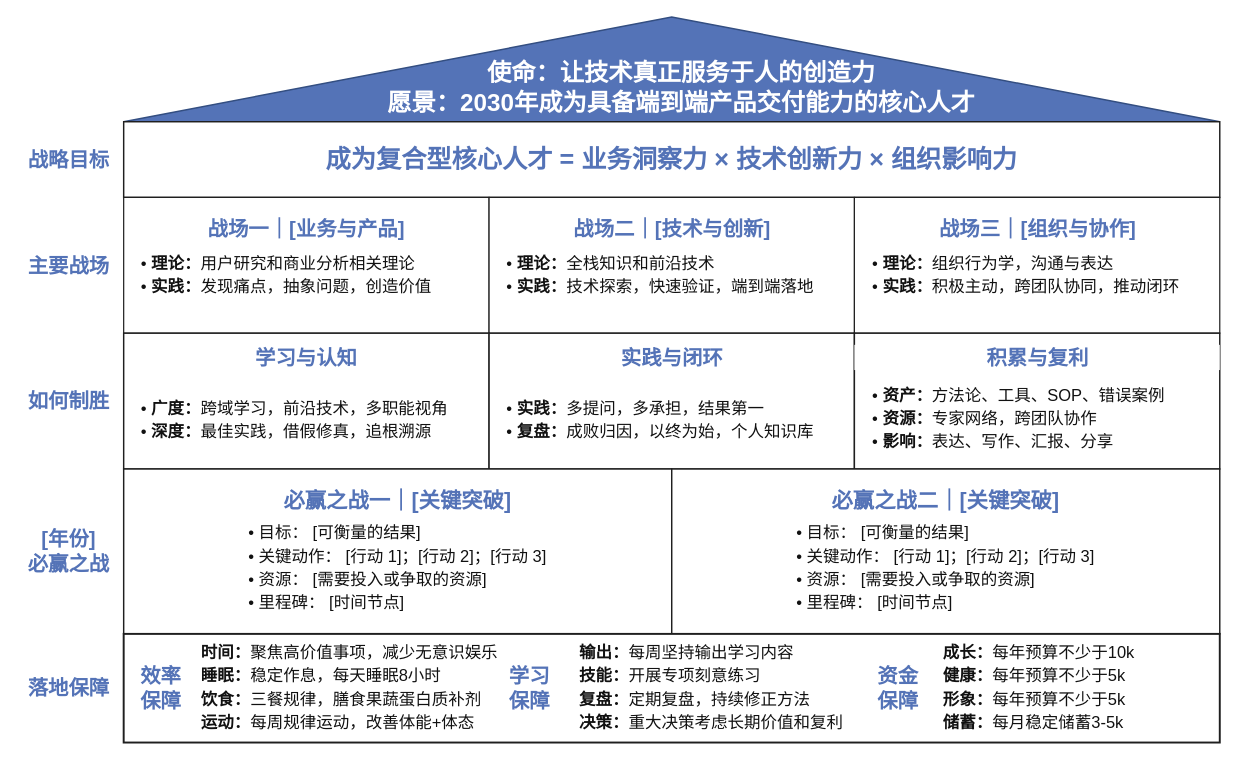
This is 个人战略屋模板.drawio from beauc114514/beauc114514, a draw.io file, before an edit. Source tidied: cells renumbered, new cells numbered last; positions are measured from the earlier drawing's top-left corner, leaving out a move shared by most shapes. Both pictures are drawn from the tidied source at 97%, with x=0, y=0 at pixel (16, 16).
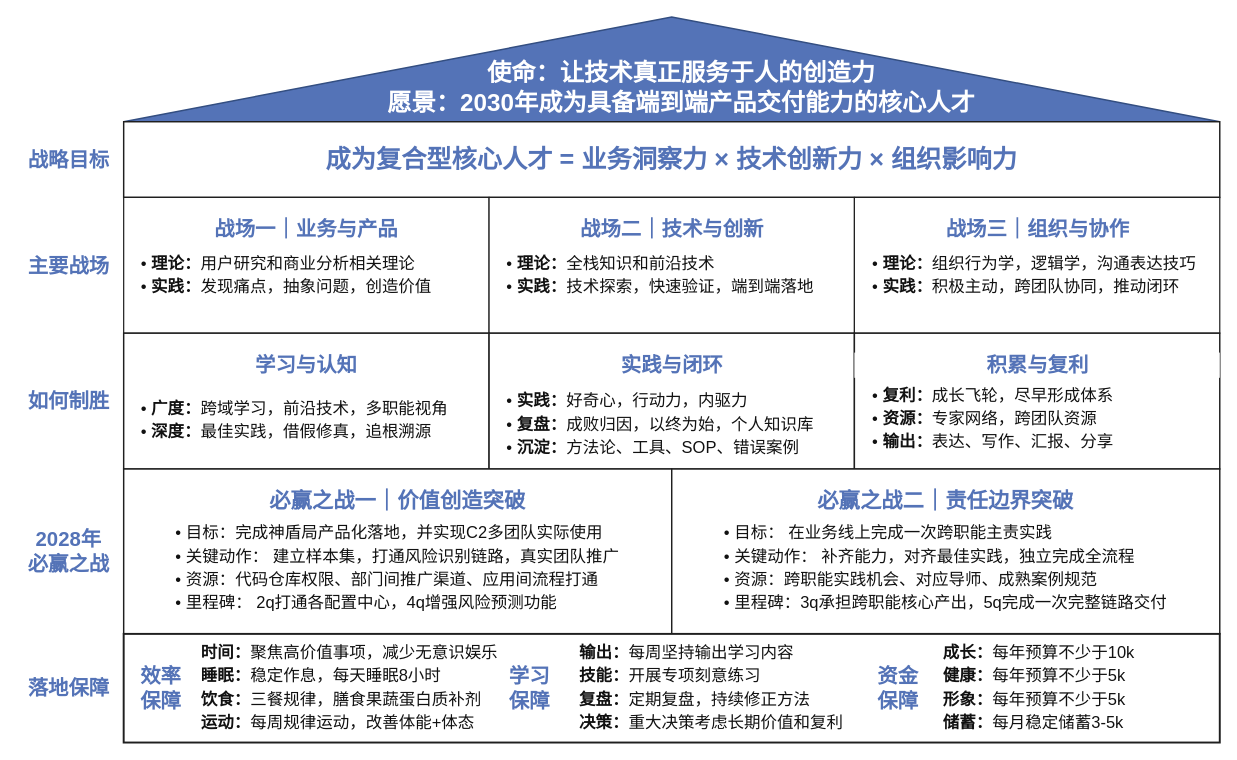
The same page after the edit.

Commit message:
更新个人战略屋模板.drawio

The edit, as a diff of the source:
```diff
@@
-    <mxCell id="9" value="战场一｜[业务与产品]" style="text;html=1;align=center;verticalAlign=middle;spacing=0;strokeColor=none;fillColor=none;fontColor=#5473B7;fontFamily=PingFang SC;fontSize=21;fontStyle=1;" parent="1" vertex="1">
+    <mxCell id="9" value="战场一｜业务与产品" style="text;html=1;align=center;verticalAlign=middle;spacing=0;strokeColor=none;fillColor=none;fontColor=#5473B7;fontFamily=PingFang SC;fontSize=21;fontStyle=1;" parent="1" vertex="1">
       <mxGeometry x="110" y="205" width="376.7" height="26" as="geometry" />
     </mxCell>
-    <mxCell id="10" value="战场二｜[技术与创新]" style="text;html=1;align=center;verticalAlign=middle;spacing=0;strokeColor=none;fillColor=none;fontColor=#5473B7;fontFamily=PingFang SC;fontSize=21;fontStyle=1;" parent="1" vertex="1">
+    <mxCell id="10" value="战场二｜技术与创新" style="text;html=1;align=center;verticalAlign=middle;spacing=0;strokeColor=none;fillColor=none;fontColor=#5473B7;fontFamily=PingFang SC;fontSize=21;fontStyle=1;" parent="1" vertex="1">
       <mxGeometry x="486.7" y="205" width="376.7" height="26" as="geometry" />
     </mxCell>
-    <mxCell id="11" value="战场三｜[组织与协作]" style="text;html=1;align=center;verticalAlign=middle;spacing=0;strokeColor=none;fillColor=none;fontColor=#5473B7;fontFamily=PingFang SC;fontSize=21;fontStyle=1;" parent="1" vertex="1">
+    <mxCell id="11" value="战场三｜组织与协作" style="text;html=1;align=center;verticalAlign=middle;spacing=0;strokeColor=none;fillColor=none;fontColor=#5473B7;fontFamily=PingFang SC;fontSize=21;fontStyle=1;" parent="1" vertex="1">
       <mxGeometry x="863.3" y="205" width="376.7" height="26" as="geometry" />
     </mxCell>
@@
-    <mxCell id="14" value="&lt;div style=&quot;font-size:17px;line-height:24px;&quot;&gt;• &lt;b&gt;理论：&lt;/b&gt;组织行为学，沟通与表达&lt;br&gt;• &lt;b&gt;实践：&lt;/b&gt;积极主动，&lt;span style=&quot;background-color: transparent; color: light-dark(rgb(17, 17, 17), rgb(223, 223, 223));&quot;&gt;跨团队协同，推动闭环&lt;/span&gt;&lt;/div&gt;" style="text;html=1;align=left;verticalAlign=middle;spacing=0;strokeColor=none;fillColor=none;fontColor=#111111;fontFamily=PingFang SC;fontSize=17;" parent="1" vertex="1">
+    <mxCell id="14" value="&lt;div style=&quot;font-size:17px;line-height:24px;&quot;&gt;• &lt;b&gt;理论：&lt;/b&gt;组织行为学，逻辑学，沟通表达技巧&lt;br&gt;• &lt;b&gt;实践：&lt;/b&gt;积极主动，&lt;span style=&quot;background-color: transparent; color: light-dark(rgb(17, 17, 17), rgb(223, 223, 223));&quot;&gt;跨团队协同，推动闭环&lt;/span&gt;&lt;/div&gt;" style="text;html=1;align=left;verticalAlign=middle;spacing=0;strokeColor=none;fillColor=none;fontColor=#111111;fontFamily=PingFang SC;fontSize=17;" parent="1" vertex="1">
       <mxGeometry x="882" y="239" width="340" height="54" as="geometry" />
     </mxCell>
@@
     <mxCell id="19" value="学习与认知" style="text;html=1;align=center;verticalAlign=middle;spacing=0;strokeColor=none;fillColor=none;fontColor=#5473B7;fontFamily=PingFang SC;fontSize=21;fontStyle=1;" parent="1" vertex="1">
-      <mxGeometry x="110" y="338" width="376.7" height="26" as="geometry" />
+      <mxGeometry x="110" y="346" width="376.7" height="26" as="geometry" />
     </mxCell>
     <mxCell id="20" value="实践与闭环" style="text;html=1;align=center;verticalAlign=middle;spacing=0;strokeColor=none;fillColor=none;fontColor=#5473B7;fontFamily=PingFang SC;fontSize=21;fontStyle=1;" parent="1" vertex="1">
-      <mxGeometry x="486.7" y="338" width="376.7" height="26" as="geometry" />
+      <mxGeometry x="486.7" y="346" width="376.7" height="26" as="geometry" />
     </mxCell>
     <mxCell id="21" value="积累与复利" style="text;html=1;align=center;verticalAlign=middle;spacing=0;strokeColor=none;fillColor=#FFFFFF;fontColor=#5473B7;fontFamily=PingFang SC;fontSize=21;fontStyle=1;" parent="1" vertex="1">
-      <mxGeometry x="863.3" y="338" width="376.7" height="26" as="geometry" />
+      <mxGeometry x="863.3" y="346" width="376.7" height="26" as="geometry" />
     </mxCell>
@@
-    <mxCell id="23" value="&lt;div style=&quot;font-size:17px;line-height:24px;&quot;&gt;• &lt;b&gt;实践：&lt;/b&gt;多提问，多承担，结果第一&lt;br&gt;• &lt;b&gt;复盘：&lt;/b&gt;成败归因，以终为始，个人知识库&lt;/div&gt;" style="text;html=1;align=left;verticalAlign=top;spacing=0;strokeColor=none;fillColor=none;fontColor=#111111;fontFamily=PingFang SC;fontSize=17;" parent="1" vertex="1">
-      <mxGeometry x="505" y="388" width="340" height="78" as="geometry" />
+    <mxCell id="23" value="&lt;div style=&quot;font-size:17px;line-height:24px;&quot;&gt;• &lt;b&gt;实践：&lt;/b&gt;好奇心，行动力，内驱力&lt;br&gt;• &lt;b&gt;复盘：&lt;/b&gt;成败归因，以终为始，个人知识库&lt;/div&gt;&lt;div style=&quot;font-size:17px;line-height:24px;&quot;&gt;• &lt;b&gt;沉淀：&lt;/b&gt;&lt;span style=&quot;background-color: transparent; color: light-dark(rgb(17, 17, 17), rgb(223, 223, 223));&quot;&gt;方法论、工具、SOP、错误案例&lt;/span&gt;&lt;/div&gt;" style="text;html=1;align=left;verticalAlign=top;spacing=0;strokeColor=none;fillColor=none;fontColor=#111111;fontFamily=PingFang SC;fontSize=17;" parent="1" vertex="1">
+      <mxGeometry x="505" y="380" width="340" height="78" as="geometry" />
     </mxCell>
-    <mxCell id="24" value="&lt;div style=&quot;font-size:17px;line-height:24px;&quot;&gt;• &lt;b&gt;资产：&lt;/b&gt;方法论、工具、SOP、错误案例&lt;br&gt;• &lt;b&gt;资源：&lt;/b&gt;专家网络，跨团队协作&lt;br&gt;• &lt;b&gt;影响：&lt;/b&gt;表达、写作、汇报、分享&lt;/div&gt;" style="text;html=1;align=left;verticalAlign=top;spacing=0;strokeColor=none;fillColor=none;fontColor=#111111;fontFamily=PingFang SC;fontSize=17;" parent="1" vertex="1">
+    <mxCell id="24" value="&lt;div style=&quot;font-size:17px;line-height:24px;&quot;&gt;• &lt;b&gt;复利：&lt;/b&gt;成长飞轮，尽早形成体系&lt;br&gt;• &lt;b&gt;资源：&lt;/b&gt;专家网络，跨团队资源&lt;br&gt;• &lt;b&gt;输出：&lt;/b&gt;表达、写作、汇报、分享&lt;/div&gt;" style="text;html=1;align=left;verticalAlign=top;spacing=0;strokeColor=none;fillColor=none;fontColor=#111111;fontFamily=PingFang SC;fontSize=17;" parent="1" vertex="1">
       <mxGeometry x="882" y="374" width="340" height="78" as="geometry" />
     </mxCell>
-    <mxCell id="25" value="[年份]&lt;br&gt;必赢之战" style="text;html=1;align=center;verticalAlign=middle;fontFamily=PingFang SC;fontSize=21;fontStyle=1;fontColor=#5473B7;" parent="1" vertex="1">
+    <mxCell id="25" value="2028年&lt;br&gt;必赢之战" style="text;html=1;align=center;verticalAlign=middle;fontFamily=PingFang SC;fontSize=21;fontStyle=1;fontColor=#5473B7;" parent="1" vertex="1">
       <mxGeometry y="466" width="105" height="170" as="geometry" />
     </mxCell>
-    <mxCell id="26" value="&lt;b style=&quot;font-size:22px;color:#5473B7;&quot;&gt;必赢之战一｜[关键突破]&lt;/b&gt;&lt;div align=&quot;left&quot; style=&quot;font-size:17px;line-height:1.4;margin-top:8px;&quot;&gt;• 目标： [可衡量的结果]&lt;br&gt;• 关键动作： [行动 1]；[行动 2]；[行动 3]&lt;br&gt;• 资源： [需要投入或争取的资源]&lt;br&gt;• 里程碑： [时间节点]&lt;/div&gt;" style="rounded=0;html=1;whiteSpace=wrap;align=center;verticalAlign=middle;spacing=10;fillColor=#FFFFFF;strokeColor=#1F1F1F;strokeWidth=1.5;fontColor=#111111;fontFamily=PingFang SC;fontSize=17;" parent="1" vertex="1">
+    <mxCell id="26" value="&lt;b style=&quot;font-size: 22px; color: rgb(84, 115, 183);&quot;&gt;必赢之战一｜价值创造突破&lt;/b&gt;&lt;div align=&quot;left&quot; style=&quot;font-size:17px;line-height:1.4;margin-top:8px;&quot;&gt;• 目标：完成神盾局产品化落地，并实现C2多团队实际使用&lt;br&gt;• 关键动作： 建立样本集，打通风险识别链路，真实团队推广&lt;br&gt;• 资源：代码仓库权限、部门间推广渠道、应用间流程打通&lt;br&gt;• 里程碑： 2q打通各配置中心，4q增强风险预测功能&lt;/div&gt;" style="rounded=0;html=1;whiteSpace=wrap;align=center;verticalAlign=middle;spacing=10;fillColor=#FFFFFF;strokeColor=#1F1F1F;strokeWidth=1.5;fontColor=#111111;fontFamily=PingFang SC;fontSize=17;" parent="1" vertex="1">
       <mxGeometry x="110" y="466" width="565" height="170" as="geometry" />
     </mxCell>
-    <mxCell id="27" value="&lt;b style=&quot;font-size:22px;color:#5473B7;&quot;&gt;必赢之战二｜[关键突破]&lt;/b&gt;&lt;div align=&quot;left&quot; style=&quot;font-size:17px;line-height:1.4;margin-top:8px;&quot;&gt;• 目标： [可衡量的结果]&lt;br&gt;• 关键动作： [行动 1]；[行动 2]；[行动 3]&lt;br&gt;• 资源： [需要投入或争取的资源]&lt;br&gt;• 里程碑： [时间节点]&lt;/div&gt;" style="rounded=0;html=1;whiteSpace=wrap;align=center;verticalAlign=middle;spacing=10;fillColor=#FFFFFF;strokeColor=#1F1F1F;strokeWidth=1.5;fontColor=#111111;fontFamily=PingFang SC;fontSize=17;" parent="1" vertex="1">
+    <mxCell id="27" value="&lt;b style=&quot;font-size: 22px; color: rgb(84, 115, 183);&quot;&gt;必赢之战二｜责任边界突破&lt;/b&gt;&lt;div align=&quot;left&quot; style=&quot;font-size:17px;line-height:1.4;margin-top:8px;&quot;&gt;• 目标： 在业务线上完成一次跨职能主责实践&lt;br&gt;• 关键动作： 补齐能力，对齐最佳实践，独立完成全流程&lt;br&gt;• 资源：跨职能实践机会、对应导师、成熟案例规范&lt;br&gt;• 里程碑：3q&lt;span style=&quot;background-color: transparent; color: light-dark(rgb(17, 17, 17), rgb(223, 223, 223)); text-align: center;&quot;&gt;承担跨职能核心产出，5q完成一次完整链路交付&lt;/span&gt;&lt;/div&gt;" style="rounded=0;html=1;whiteSpace=wrap;align=center;verticalAlign=middle;spacing=10;fillColor=#FFFFFF;strokeColor=#1F1F1F;strokeWidth=1.5;fontColor=#111111;fontFamily=PingFang SC;fontSize=17;" parent="1" vertex="1">
       <mxGeometry x="675" y="466" width="565" height="170" as="geometry" />
     </mxCell>
```
